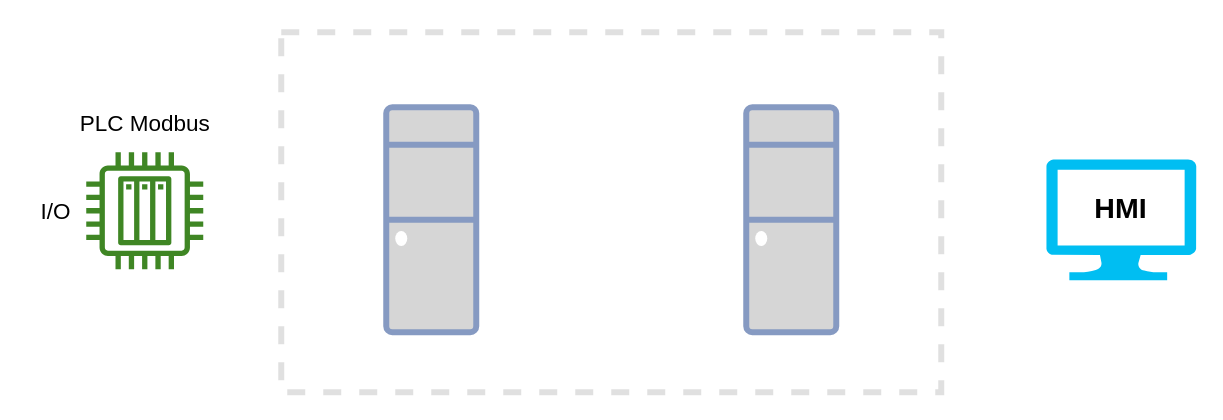
Above: DataDiode/Diagrams/DataDiode.drawio in over-infinity/-Tutorials (draw.io), before the change. Source tidied: cells renumbered, new cells numbered last; positions are measured from the earlier drawing's top-left corner, leaving out a move shared by most shapes. Both pictures are drawn from the tidied source at 150%, with x=0, y=0 at pixel (40, 32).
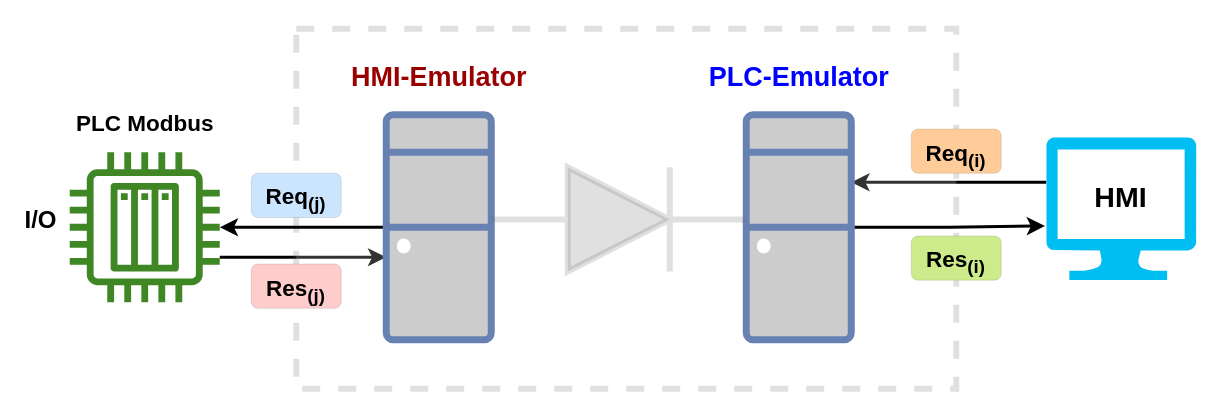
The same diagram, later.

What changed in the source:
```diff
@@
+    <mxCell id="10" style="edgeStyle=orthogonalEdgeStyle;rounded=0;jettySize=auto;html=1;strokeWidth=2;fontSize=18;fontColor=#0000FF;" parent="1" edge="1" source="2" target="13">
+      <mxGeometry relative="1" as="geometry">
+        <Array as="points">
+          <mxPoint x="170" y="150" />
+          <mxPoint x="170" y="150" />
+        </Array>
+      </mxGeometry>
+    </mxCell>
     <mxCell id="2" style="sketch=0;outlineConnect=0;fontColor=#232F3E;gradientColor=none;fillColor=#3F8624;strokeColor=none;dashed=0;verticalLabelPosition=bottom;verticalAlign=top;align=center;html=1;fontSize=12;fontStyle=0;shape=mxgraph.aws4.iot_thing_plc;" parent="1" vertex="1">
-      <mxGeometry x="30" y="80" width="78" height="78" as="geometry" />
+      <mxGeometry x="19" y="80" width="100" height="100" as="geometry" />
     </mxCell>
-    <mxCell id="3" value="&lt;div style=&quot;font-size: 15px;&quot;&gt;PLC Modbus&lt;/div&gt;" style="text;html=1;align=center;verticalAlign=middle;whiteSpace=wrap;rounded=0;strokeWidth=5;perimeterSpacing=3;fontSize=15;" parent="1" vertex="1">
+    <mxCell id="3" value="&lt;div style=&quot;font-size: 15px;&quot;&gt;PLC Modbus&lt;/div&gt;" style="text;html=1;align=center;verticalAlign=middle;whiteSpace=wrap;rounded=0;strokeWidth=5;perimeterSpacing=3;fontSize=15;fontStyle=1;" parent="1" vertex="1">
       <mxGeometry x="13.5" y="40" width="111" height="40" as="geometry" />
     </mxCell>
-    <mxCell id="4" value="I/O" style="text;html=1;align=center;verticalAlign=middle;whiteSpace=wrap;rounded=0;strokeWidth=5;perimeterSpacing=3;fontSize=15;" parent="1" vertex="1">
-      <mxGeometry y="99.5" width="20" height="39" as="geometry" />
+    <mxCell id="4" value="I/O" style="text;html=1;align=center;verticalAlign=middle;whiteSpace=wrap;rounded=0;strokeWidth=5;perimeterSpacing=3;fontSize=16;fontStyle=1;" parent="1" vertex="1">
+      <mxGeometry x="-10" y="105.2" width="20" height="39" as="geometry" />
     </mxCell>
+    <mxCell id="11" style="edgeStyle=orthogonalEdgeStyle;rounded=0;jettySize=auto;html=1;strokeWidth=2;fontSize=20;" parent="1" edge="1" source="5" target="15">
+      <mxGeometry relative="1" as="geometry">
+        <Array as="points">
+          <mxPoint x="610" y="100" />
+          <mxPoint x="610" y="100" />
+        </Array>
+      </mxGeometry>
+    </mxCell>
     <mxCell id="5" style="verticalLabelPosition=bottom;html=1;verticalAlign=top;align=center;strokeColor=none;fillColor=#00BEF2;shape=mxgraph.azure.computer;strokeWidth=5;fontSize=15;" parent="1" vertex="1">
-      <mxGeometry x="670" y="84.8" width="100" height="80.5" as="geometry" />
+      <mxGeometry x="670" y="70" width="100" height="95.2" as="geometry" />
     </mxCell>
-    <mxCell id="6" style="fontColor=#0066CC;verticalAlign=top;verticalLabelPosition=bottom;labelPosition=center;align=center;html=1;fillColor=#CCCCCC;strokeColor=#6881B3;gradientColor=none;gradientDirection=north;strokeWidth=2;shape=mxgraph.networks.desktop_pc;fontSize=15;" parent="1" vertex="1">
-      <mxGeometry x="230" y="50" width="60" height="150" as="geometry" />
-    </mxCell>
-    <mxCell id="7" style="fontColor=#0066CC;verticalAlign=top;verticalLabelPosition=bottom;labelPosition=center;align=center;html=1;fillColor=#CCCCCC;strokeColor=#6881B3;gradientColor=none;gradientDirection=north;strokeWidth=2;shape=mxgraph.networks.desktop_pc;fontSize=15;" parent="1" vertex="1">
-      <mxGeometry x="470" y="50" width="60" height="150" as="geometry" />
-    </mxCell>
     <mxCell id="8" value="&lt;div style=&quot;font-size: 19px;&quot;&gt;HMI&lt;/div&gt;" style="text;html=1;align=center;verticalAlign=middle;whiteSpace=wrap;rounded=0;strokeWidth=2;perimeterSpacing=6;fontSize=19;opacity=20;fontStyle=1;" parent="1" vertex="1">
-      <mxGeometry x="700" y="97" width="40" height="41.5" as="geometry" />
+      <mxGeometry x="700" y="90" width="40" height="41.5" as="geometry" />
     </mxCell>
     <mxCell id="9" style="rounded=0;whiteSpace=wrap;html=1;strokeWidth=4;fontSize=19;opacity=20;dashed=1;strokeColor=#666666;" parent="1" vertex="1">
-      <mxGeometry x="160" width="440" height="240" as="geometry" />
+      <mxGeometry x="170" y="-2.4" width="440" height="240" as="geometry" />
     </mxCell>
+    <mxCell id="12" style="edgeStyle=orthogonalEdgeStyle;rounded=0;jettySize=auto;html=1;strokeWidth=2;fontSize=18;fontColor=#0000FF;" parent="1" edge="1" source="13" target="2">
+      <mxGeometry relative="1" as="geometry">
+        <Array as="points">
+          <mxPoint x="190" y="130" />
+          <mxPoint x="190" y="130" />
+        </Array>
+      </mxGeometry>
+    </mxCell>
+    <mxCell id="13" style="fontColor=#0066CC;verticalAlign=top;verticalLabelPosition=bottom;labelPosition=center;align=center;html=1;outlineConnect=0;fillColor=#CCCCCC;strokeColor=#6881B3;gradientColor=none;gradientDirection=north;strokeWidth=2;shape=mxgraph.networks.desktop_pc;fontSize=15;" parent="1" vertex="1">
+      <mxGeometry x="230" y="55" width="70" height="150" as="geometry" />
+    </mxCell>
+    <mxCell id="14" style="edgeStyle=orthogonalEdgeStyle;rounded=0;jettySize=auto;html=1;entryX=-0.008;entryY=0.621;entryDx=0;entryDy=0;entryPerimeter=0;strokeWidth=2;fontSize=18;fontColor=#0000FF;" parent="1" edge="1" source="15" target="5">
+      <mxGeometry relative="1" as="geometry" />
+    </mxCell>
+    <mxCell id="15" style="fontColor=#0066CC;verticalAlign=top;verticalLabelPosition=bottom;labelPosition=center;align=center;html=1;outlineConnect=0;fillColor=#CCCCCC;strokeColor=#6881B3;gradientColor=none;gradientDirection=north;strokeWidth=2;shape=mxgraph.networks.desktop_pc;fontSize=15;" parent="1" vertex="1">
+      <mxGeometry x="470" y="55" width="70" height="150" as="geometry" />
+    </mxCell>
+    <mxCell id="16" style="fillColor=strokeColor;verticalLabelPosition=bottom;shadow=0;dashed=0;align=center;html=1;verticalAlign=top;shape=mxgraph.electrical.diodes.diode;strokeColor=#666666;strokeWidth=4;fontSize=19;opacity=20;" parent="1" vertex="1">
+      <mxGeometry x="300" y="90" width="170" height="69.5" as="geometry" />
+    </mxCell>
+    <mxCell id="17" value="Res&lt;sub&gt;(i)&lt;br&gt;&lt;/sub&gt;" style="text;html=1;align=center;verticalAlign=top;whiteSpace=wrap;rounded=1;strokeWidth=0;perimeterSpacing=1;fontSize=15;fillColor=#cdeb8b;strokeColor=#36393d;fillStyle=auto;sketch=0;shadow=0;glass=0;fontStyle=1;" parent="1" vertex="1">
+      <mxGeometry x="580" y="135.8" width="60" height="29.5" as="geometry" />
+    </mxCell>
+    <mxCell id="18" style="edgeStyle=orthogonalEdgeStyle;rounded=0;orthogonalLoop=1;jettySize=auto;html=1;exitX=0.5;exitY=1;exitDx=0;exitDy=0;strokeWidth=2;fontSize=20;" parent="1" edge="1" source="17" target="17">
+      <mxGeometry relative="1" as="geometry" />
+    </mxCell>
+    <mxCell id="19" value="Req&lt;sub&gt;(i)&lt;br&gt;&lt;/sub&gt;" style="text;html=1;align=center;verticalAlign=top;whiteSpace=wrap;rounded=1;strokeWidth=0;perimeterSpacing=1;fontSize=15;fillColor=#ffcc99;strokeColor=#36393d;fillStyle=auto;sketch=0;shadow=0;glass=0;fontStyle=1;" parent="1" vertex="1">
+      <mxGeometry x="580" y="64.5" width="60" height="29.5" as="geometry" />
+    </mxCell>
+    <mxCell id="20" value="&lt;div style=&quot;font-size: 18px;&quot;&gt;PLC-Emulator&lt;/div&gt;" style="text;html=1;align=center;verticalAlign=middle;whiteSpace=wrap;rounded=0;strokeWidth=5;perimeterSpacing=3;fontSize=18;fontStyle=1;fontColor=#0000FF;" parent="1" vertex="1">
+      <mxGeometry x="439.8" y="10" width="130.5" height="40" as="geometry" />
+    </mxCell>
+    <mxCell id="21" value="&lt;div style=&quot;font-size: 18px;&quot;&gt;HMI-Emulator&lt;/div&gt;" style="text;html=1;align=center;verticalAlign=middle;whiteSpace=wrap;rounded=0;strokeWidth=5;perimeterSpacing=3;fontSize=18;fontStyle=1;fontColor=#990000;" parent="1" vertex="1">
+      <mxGeometry x="200" y="10" width="130.5" height="40" as="geometry" />
+    </mxCell>
+    <mxCell id="22" value="Req&lt;sub&gt;(j)&lt;br&gt;&lt;/sub&gt;" style="text;html=1;align=center;verticalAlign=top;whiteSpace=wrap;rounded=1;strokeWidth=0;perimeterSpacing=1;fontSize=15;fillColor=#cce5ff;strokeColor=#36393d;fillStyle=auto;sketch=0;shadow=0;glass=0;fontStyle=1;" parent="1" vertex="1">
+      <mxGeometry x="140" y="94" width="60" height="29.5" as="geometry" />
+    </mxCell>
+    <mxCell id="23" value="Res&lt;sub&gt;(j)&lt;br&gt;&lt;/sub&gt;" style="text;html=1;align=center;verticalAlign=top;whiteSpace=wrap;rounded=1;strokeWidth=0;perimeterSpacing=1;fontSize=15;fillColor=#ffcccc;strokeColor=#36393d;fillStyle=auto;sketch=0;shadow=0;glass=0;fontStyle=1;" parent="1" vertex="1">
+      <mxGeometry x="140" y="154.5" width="60" height="29.5" as="geometry" />
+    </mxCell>
```
